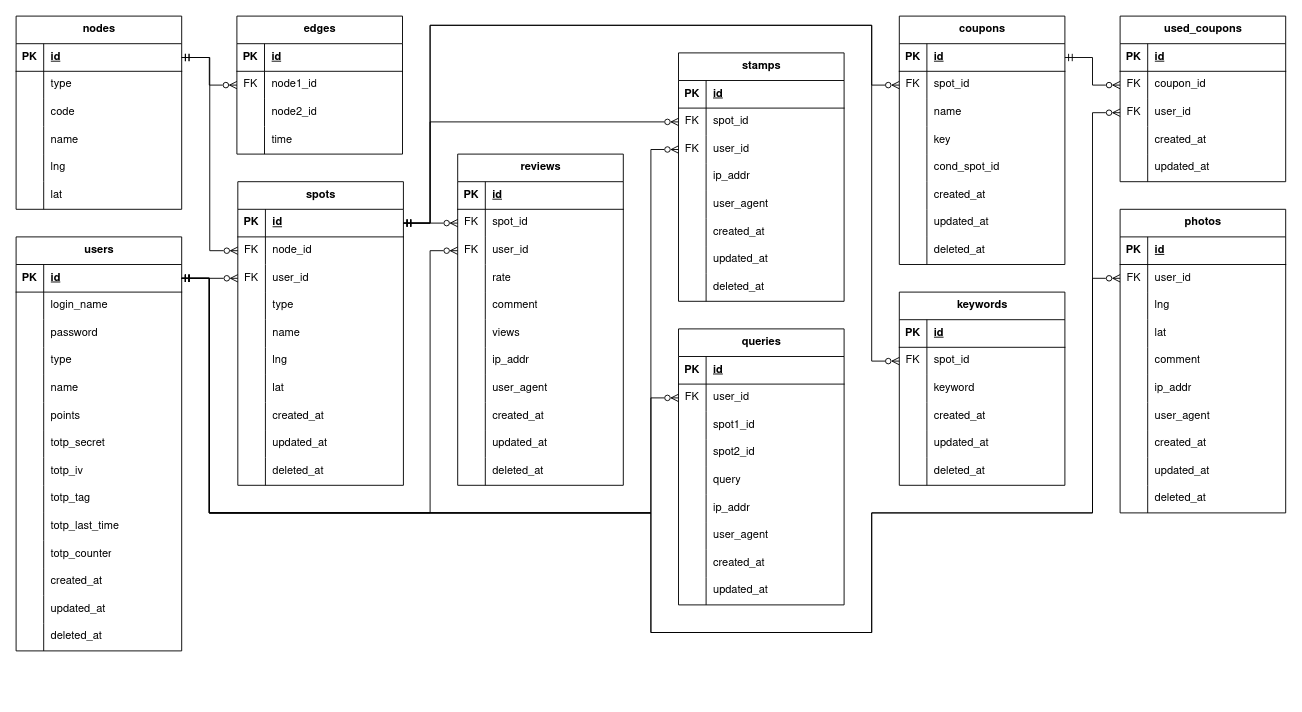
This is docs/figure/gaibu-er.drawio from r02092/se2025, a draw.io file, before an edit. Source tidied: cells renumbered, new cells numbered last; positions are measured from the earlier drawing's top-left corner, leaving out a move shared by most shapes. Both pictures are drawn from the tidied source at 92%, with x=0, y=0 at pixel (16, 16).
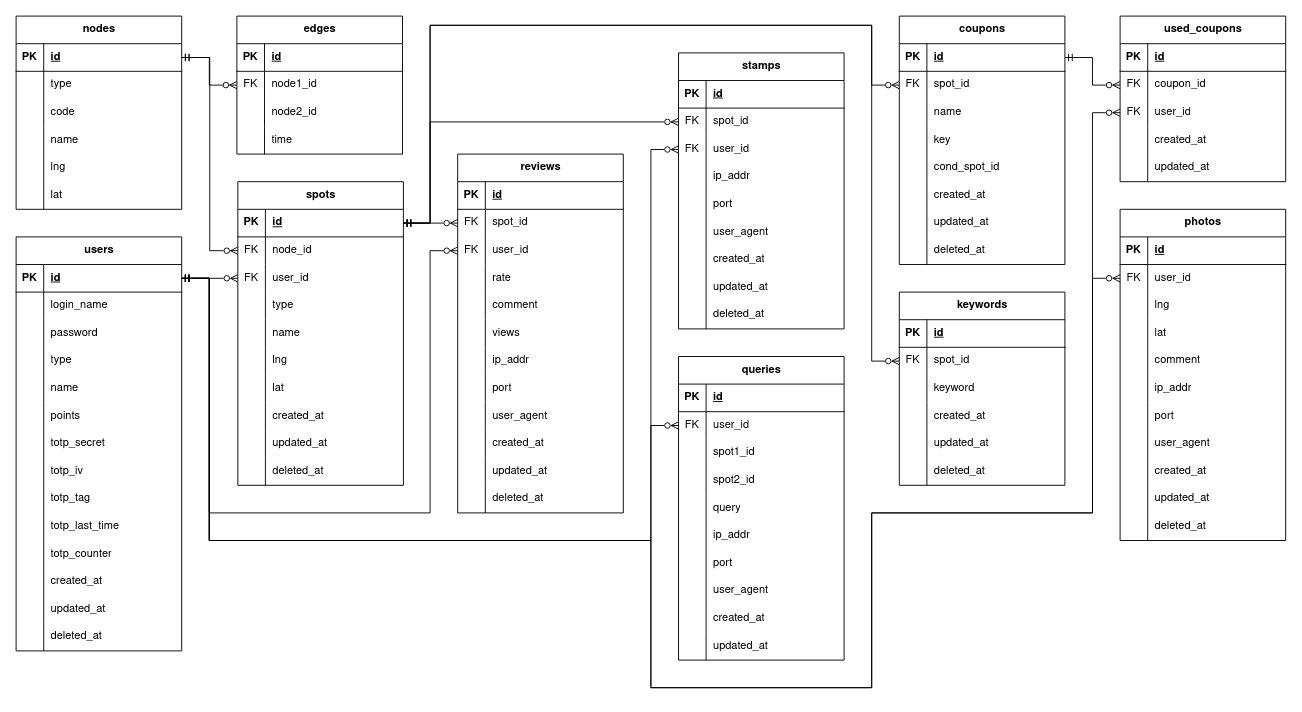
Above is the later version.

The change refers to these unchanged cells:
```xml
<mxCell id="68" style="shape=tableRow;horizontal=0;startSize=0;swimlaneHead=0;swimlaneBody=0;fillColor=none;points=[[0,0.5],[1,0.5]];portConstraint=eastwest;top=0;left=0;right=0;bottom=1;fontFamily=Nimbus Sans;" parent="67" vertex="1">
  <mxGeometry y="30" width="180" height="30" as="geometry" />
</mxCell>
<mxCell id="148" style="shape=tableRow;horizontal=0;startSize=0;swimlaneHead=0;swimlaneBody=0;fillColor=none;points=[[0,0.5],[1,0.5]];portConstraint=eastwest;top=0;left=0;right=0;bottom=0;fontFamily=Nimbus Sans;" parent="144" vertex="1">
  <mxGeometry y="60" width="180" height="30" as="geometry" />
</mxCell>
<mxCell id="183" style="shape=tableRow;horizontal=0;startSize=0;swimlaneHead=0;swimlaneBody=0;fillColor=none;points=[[0,0.5],[1,0.5]];portConstraint=eastwest;top=0;left=0;right=0;bottom=0;fontFamily=Nimbus Sans;" parent="176" vertex="1">
  <mxGeometry y="90" width="180" height="30" as="geometry" />
</mxCell>
<mxCell id="239" style="shape=tableRow;horizontal=0;startSize=0;swimlaneHead=0;swimlaneBody=0;fillColor=none;points=[[0,0.5],[1,0.5]];portConstraint=eastwest;top=0;left=0;right=0;bottom=0;fontFamily=Nimbus Sans;" parent="232" vertex="1">
  <mxGeometry y="90" width="180" height="30" as="geometry" />
</mxCell>
<mxCell id="254" style="shape=tableRow;horizontal=0;startSize=0;swimlaneHead=0;swimlaneBody=0;fillColor=none;points=[[0,0.5],[1,0.5]];portConstraint=eastwest;top=0;left=0;right=0;bottom=0;fontFamily=Nimbus Sans;" parent="250" vertex="1">
  <mxGeometry y="60" width="180" height="30" as="geometry" />
</mxCell>
```

Diff of the diagram source:
```diff
@@
     <mxCell id="110" value="reviews" style="shape=table;startSize=30;childLayout=tableLayout;rowLines=0;fontStyle=1;align=center;html=1;fontFamily=Nimbus Sans;" parent="1" vertex="1">
-      <mxGeometry x="480" y="150" width="180" height="360" as="geometry" />
+      <mxGeometry x="480" y="150" width="180" height="390" as="geometry" />
     </mxCell>
@@
+    <mxCell id="299" style="shape=tableRow;horizontal=0;startSize=0;swimlaneHead=0;swimlaneBody=0;fillColor=none;top=0;left=0;right=0;bottom=0;fontFamily=Nimbus Sans;" parent="110" vertex="1">
+      <mxGeometry y="240" width="180" height="30" as="geometry" />
+    </mxCell>
+    <mxCell id="300" style="shape=partialRectangle;fillColor=none;top=0;left=0;bottom=0;right=0;overflow=hidden;whiteSpace=wrap;html=1;fontFamily=Nimbus Sans;" parent="299" vertex="1">
+      <mxGeometry width="30" height="30" as="geometry" />
+    </mxCell>
+    <mxCell id="301" value="port" style="shape=partialRectangle;fillColor=none;top=0;left=0;bottom=0;right=0;align=left;spacingLeft=6;overflow=hidden;whiteSpace=wrap;html=1;fontFamily=Nimbus Sans;" parent="299" vertex="1">
+      <mxGeometry x="30" width="150" height="30" as="geometry" />
+    </mxCell>
     <mxCell id="132" style="shape=tableRow;horizontal=0;startSize=0;swimlaneHead=0;swimlaneBody=0;fillColor=none;top=0;left=0;right=0;bottom=0;fontFamily=Nimbus Sans;" parent="110" vertex="1">
-      <mxGeometry y="240" width="180" height="30" as="geometry" />
+      <mxGeometry y="270" width="180" height="30" as="geometry" />
     </mxCell>
@@
     <mxCell id="135" style="shape=tableRow;horizontal=0;startSize=0;swimlaneHead=0;swimlaneBody=0;fillColor=none;top=0;left=0;right=0;bottom=0;fontFamily=Nimbus Sans;" parent="110" vertex="1">
-      <mxGeometry y="270" width="180" height="30" as="geometry" />
+      <mxGeometry y="300" width="180" height="30" as="geometry" />
     </mxCell>
@@
     <mxCell id="138" style="shape=tableRow;horizontal=0;startSize=0;swimlaneHead=0;swimlaneBody=0;fillColor=none;top=0;left=0;right=0;bottom=0;fontFamily=Nimbus Sans;" parent="110" vertex="1">
-      <mxGeometry y="300" width="180" height="30" as="geometry" />
+      <mxGeometry y="330" width="180" height="30" as="geometry" />
     </mxCell>
@@
     <mxCell id="141" style="shape=tableRow;horizontal=0;startSize=0;swimlaneHead=0;swimlaneBody=0;fillColor=none;top=0;left=0;right=0;bottom=0;fontFamily=Nimbus Sans;" parent="110" vertex="1">
-      <mxGeometry y="330" width="180" height="30" as="geometry" />
+      <mxGeometry y="360" width="180" height="30" as="geometry" />
     </mxCell>
@@
     <mxCell id="144" value="photos" style="shape=table;startSize=30;childLayout=tableLayout;rowLines=0;fontStyle=1;align=center;html=1;fontFamily=Nimbus Sans;" parent="1" vertex="1">
-      <mxGeometry x="1200" y="210" width="180" height="330" as="geometry" />
+      <mxGeometry x="1200" y="210" width="180" height="360" as="geometry" />
     </mxCell>
@@
+    <mxCell id="302" style="shape=tableRow;horizontal=0;startSize=0;swimlaneHead=0;swimlaneBody=0;fillColor=none;top=0;left=0;right=0;bottom=0;fontFamily=Nimbus Sans;" parent="144" vertex="1">
+      <mxGeometry y="210" width="180" height="30" as="geometry" />
+    </mxCell>
+    <mxCell id="303" style="shape=partialRectangle;fillColor=none;top=0;left=0;bottom=0;right=0;overflow=hidden;whiteSpace=wrap;html=1;fontFamily=Nimbus Sans;" parent="302" vertex="1">
+      <mxGeometry width="30" height="30" as="geometry" />
+    </mxCell>
+    <mxCell id="304" value="port" style="shape=partialRectangle;fillColor=none;top=0;left=0;bottom=0;right=0;align=left;spacingLeft=6;overflow=hidden;whiteSpace=wrap;html=1;fontFamily=Nimbus Sans;" parent="302" vertex="1">
+      <mxGeometry x="30" width="150" height="30" as="geometry" />
+    </mxCell>
     <mxCell id="163" style="shape=tableRow;horizontal=0;startSize=0;swimlaneHead=0;swimlaneBody=0;fillColor=none;top=0;left=0;right=0;bottom=0;fontFamily=Nimbus Sans;" parent="144" vertex="1">
-      <mxGeometry y="210" width="180" height="30" as="geometry" />
+      <mxGeometry y="240" width="180" height="30" as="geometry" />
     </mxCell>
@@
     <mxCell id="166" style="shape=tableRow;horizontal=0;startSize=0;swimlaneHead=0;swimlaneBody=0;fillColor=none;top=0;left=0;right=0;bottom=0;fontFamily=Nimbus Sans;" parent="144" vertex="1">
-      <mxGeometry y="240" width="180" height="30" as="geometry" />
+      <mxGeometry y="270" width="180" height="30" as="geometry" />
     </mxCell>
@@
     <mxCell id="169" style="shape=tableRow;horizontal=0;startSize=0;swimlaneHead=0;swimlaneBody=0;fillColor=none;top=0;left=0;right=0;bottom=0;fontFamily=Nimbus Sans;" parent="144" vertex="1">
-      <mxGeometry y="270" width="180" height="30" as="geometry" />
+      <mxGeometry y="300" width="180" height="30" as="geometry" />
     </mxCell>
@@
     <mxCell id="172" style="shape=tableRow;horizontal=0;startSize=0;swimlaneHead=0;swimlaneBody=0;fillColor=none;top=0;left=0;right=0;bottom=0;fontFamily=Nimbus Sans;" parent="144" vertex="1">
-      <mxGeometry y="300" width="180" height="30" as="geometry" />
+      <mxGeometry y="330" width="180" height="30" as="geometry" />
     </mxCell>
@@
     <mxCell id="176" value="stamps" style="shape=table;startSize=30;childLayout=tableLayout;rowLines=0;fontStyle=1;align=center;html=1;fontFamily=Nimbus Sans;" parent="1" vertex="1">
-      <mxGeometry x="720" y="40" width="180" height="270" as="geometry" />
+      <mxGeometry x="720" y="40" width="180" height="300" as="geometry" />
     </mxCell>
@@
+    <mxCell id="305" style="shape=tableRow;horizontal=0;startSize=0;swimlaneHead=0;swimlaneBody=0;fillColor=none;top=0;left=0;right=0;bottom=0;fontFamily=Nimbus Sans;" parent="176" vertex="1">
+      <mxGeometry y="150" width="180" height="30" as="geometry" />
+    </mxCell>
+    <mxCell id="306" style="shape=partialRectangle;fillColor=none;top=0;left=0;bottom=0;right=0;overflow=hidden;whiteSpace=wrap;html=1;fontFamily=Nimbus Sans;" parent="305" vertex="1">
+      <mxGeometry width="30" height="30" as="geometry" />
+    </mxCell>
+    <mxCell id="307" value="port" style="shape=partialRectangle;fillColor=none;top=0;left=0;bottom=0;right=0;align=left;spacingLeft=6;overflow=hidden;whiteSpace=wrap;html=1;fontFamily=Nimbus Sans;" parent="305" vertex="1">
+      <mxGeometry x="30" width="150" height="30" as="geometry" />
+    </mxCell>
     <mxCell id="189" style="shape=tableRow;horizontal=0;startSize=0;swimlaneHead=0;swimlaneBody=0;fillColor=none;top=0;left=0;right=0;bottom=0;fontFamily=Nimbus Sans;" parent="176" vertex="1">
-      <mxGeometry y="150" width="180" height="30" as="geometry" />
+      <mxGeometry y="180" width="180" height="30" as="geometry" />
     </mxCell>
@@
     <mxCell id="192" style="shape=tableRow;horizontal=0;startSize=0;swimlaneHead=0;swimlaneBody=0;fillColor=none;top=0;left=0;right=0;bottom=0;fontFamily=Nimbus Sans;" parent="176" vertex="1">
-      <mxGeometry y="180" width="180" height="30" as="geometry" />
+      <mxGeometry y="210" width="180" height="30" as="geometry" />
     </mxCell>
@@
     <mxCell id="195" style="shape=tableRow;horizontal=0;startSize=0;swimlaneHead=0;swimlaneBody=0;fillColor=none;top=0;left=0;right=0;bottom=0;fontFamily=Nimbus Sans;" parent="176" vertex="1">
-      <mxGeometry y="210" width="180" height="30" as="geometry" />
+      <mxGeometry y="240" width="180" height="30" as="geometry" />
     </mxCell>
@@
     <mxCell id="198" style="shape=tableRow;horizontal=0;startSize=0;swimlaneHead=0;swimlaneBody=0;fillColor=none;top=0;left=0;right=0;bottom=0;fontFamily=Nimbus Sans;" parent="176" vertex="1">
-      <mxGeometry y="240" width="180" height="30" as="geometry" />
+      <mxGeometry y="270" width="180" height="30" as="geometry" />
     </mxCell>
@@
     <mxCell id="201" style="edgeStyle=orthogonalEdgeStyle;rounded=0;jettySize=auto;html=1;exitX=1;exitY=0.5;exitDx=0;exitDy=0;startArrow=ERmandOne;startFill=0;endArrow=ERzeroToMany;endFill=0;entryX=0;entryY=0.5;entryDx=0;entryDy=0;" parent="1" edge="1" source="68" target="148">
       <mxGeometry relative="1" as="geometry">
         <Array as="points">
           <mxPoint x="210" y="285" />
-          <mxPoint x="210" y="540" />
-          <mxPoint x="690" y="540" />
-          <mxPoint x="690" y="670" />
-          <mxPoint x="930" y="670" />
+          <mxPoint x="210" y="570" />
+          <mxPoint x="690" y="570" />
+          <mxPoint x="690" y="730" />
+          <mxPoint x="930" y="730" />
           <mxPoint x="930" y="540" />
           <mxPoint x="1170" y="540" />
           <mxPoint x="1170" y="285" />
         </Array>
       </mxGeometry>
     </mxCell>
@@
     <mxCell id="205" style="edgeStyle=orthogonalEdgeStyle;rounded=0;jettySize=auto;html=1;exitX=1;exitY=0.5;exitDx=0;exitDy=0;entryX=0;entryY=0.5;entryDx=0;entryDy=0;startArrow=ERmandOne;startFill=0;endArrow=ERzeroToMany;endFill=0;" parent="1" edge="1" source="68" target="183">
       <mxGeometry relative="1" as="geometry">
         <Array as="points">
           <mxPoint x="210" y="285" />
-          <mxPoint x="210" y="540" />
-          <mxPoint x="690" y="540" />
+          <mxPoint x="210" y="570" />
+          <mxPoint x="690" y="570" />
           <mxPoint x="690" y="145" />
         </Array>
       </mxGeometry>
     </mxCell>
@@
     <mxCell id="249" style="edgeStyle=orthogonalEdgeStyle;rounded=0;jettySize=auto;html=1;exitX=1;exitY=0.5;exitDx=0;exitDy=0;entryX=0;entryY=0.5;entryDx=0;entryDy=0;startArrow=ERmandOne;startFill=0;endArrow=ERzeroToMany;endFill=0;" parent="1" edge="1" source="68" target="239">
       <mxGeometry relative="1" as="geometry">
         <Array as="points">
           <mxPoint x="210" y="285" />
-          <mxPoint x="210" y="540" />
-          <mxPoint x="690" y="540" />
-          <mxPoint x="690" y="670" />
-          <mxPoint x="930" y="670" />
+          <mxPoint x="210" y="570" />
+          <mxPoint x="690" y="570" />
+          <mxPoint x="690" y="730" />
+          <mxPoint x="930" y="730" />
           <mxPoint x="930" y="540" />
           <mxPoint x="1170" y="540" />
           <mxPoint x="1170" y="105" />
         </Array>
       </mxGeometry>
     </mxCell>
     <mxCell id="250" value="queries" style="shape=table;startSize=30;childLayout=tableLayout;rowLines=0;fontStyle=1;align=center;html=1;fontFamily=Nimbus Sans;" parent="1" vertex="1">
-      <mxGeometry x="720" y="340" width="180" height="300" as="geometry" />
+      <mxGeometry x="720" y="370" width="180" height="330" as="geometry" />
     </mxCell>
@@
+    <mxCell id="308" style="shape=tableRow;horizontal=0;startSize=0;swimlaneHead=0;swimlaneBody=0;fillColor=none;top=0;left=0;right=0;bottom=0;fontFamily=Nimbus Sans;" parent="250" vertex="1">
+      <mxGeometry y="210" width="180" height="30" as="geometry" />
+    </mxCell>
+    <mxCell id="309" style="shape=partialRectangle;fillColor=none;top=0;left=0;bottom=0;right=0;overflow=hidden;whiteSpace=wrap;html=1;fontFamily=Nimbus Sans;" parent="308" vertex="1">
+      <mxGeometry width="30" height="30" as="geometry" />
+    </mxCell>
+    <mxCell id="310" value="port" style="shape=partialRectangle;fillColor=none;top=0;left=0;bottom=0;right=0;align=left;spacingLeft=6;overflow=hidden;whiteSpace=wrap;html=1;fontFamily=Nimbus Sans;" parent="308" vertex="1">
+      <mxGeometry x="30" width="150" height="30" as="geometry" />
+    </mxCell>
     <mxCell id="269" style="shape=tableRow;horizontal=0;startSize=0;swimlaneHead=0;swimlaneBody=0;fillColor=none;top=0;left=0;right=0;bottom=0;fontFamily=Nimbus Sans;" parent="250" vertex="1">
-      <mxGeometry y="210" width="180" height="30" as="geometry" />
+      <mxGeometry y="240" width="180" height="30" as="geometry" />
     </mxCell>
@@
     <mxCell id="272" style="shape=tableRow;horizontal=0;startSize=0;swimlaneHead=0;swimlaneBody=0;fillColor=none;top=0;left=0;right=0;bottom=0;fontFamily=Nimbus Sans;" parent="250" vertex="1">
-      <mxGeometry y="240" width="180" height="30" as="geometry" />
+      <mxGeometry y="270" width="180" height="30" as="geometry" />
     </mxCell>
@@
     <mxCell id="275" style="shape=tableRow;horizontal=0;startSize=0;swimlaneHead=0;swimlaneBody=0;fillColor=none;top=0;left=0;right=0;bottom=0;fontFamily=Nimbus Sans;" parent="250" vertex="1">
-      <mxGeometry y="270" width="180" height="30" as="geometry" />
+      <mxGeometry y="300" width="180" height="30" as="geometry" />
     </mxCell>
@@
     <mxCell id="278" style="edgeStyle=orthogonalEdgeStyle;rounded=0;jettySize=auto;html=1;exitX=1;exitY=0.5;exitDx=0;exitDy=0;entryX=0;entryY=0.5;entryDx=0;entryDy=0;startArrow=ERmandOne;startFill=0;endArrow=ERzeroToMany;endFill=0;" parent="1" edge="1" source="68" target="254">
       <mxGeometry relative="1" as="geometry">
         <Array as="points">
           <mxPoint x="210" y="285" />
-          <mxPoint x="210" y="540" />
-          <mxPoint x="690" y="540" />
-          <mxPoint x="690" y="415" />
+          <mxPoint x="210" y="570" />
+          <mxPoint x="690" y="570" />
+          <mxPoint x="690" y="445" />
         </Array>
       </mxGeometry>
     </mxCell>
```
